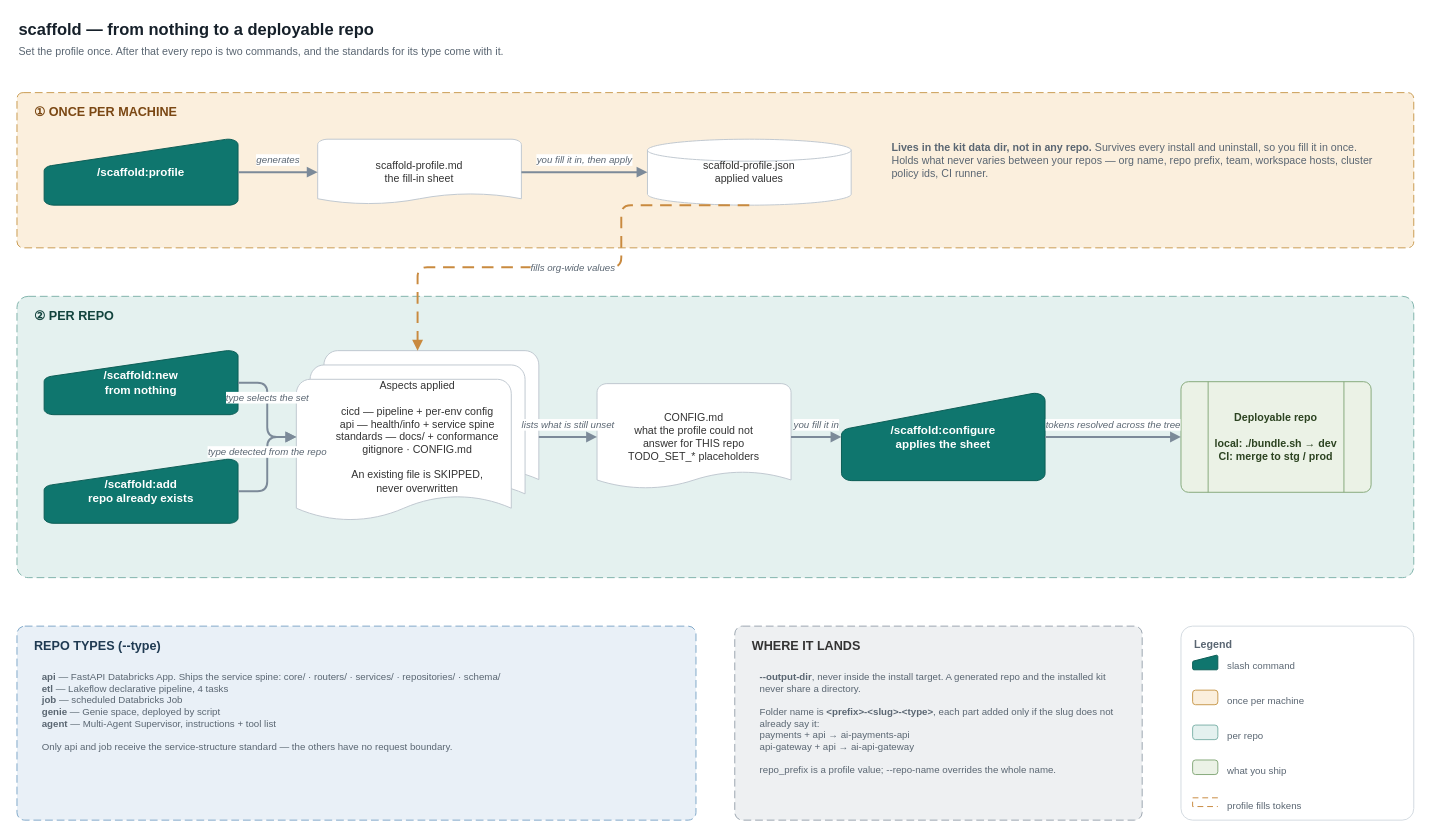
Above: core/skills/scaffold/docs/scaffold-flow.drawio in atieqrehman11/agent-kit (draw.io), before the change. Source tidied: cells renumbered, new cells numbered last; positions are measured from the earlier drawing's top-left corner, leaving out a move shared by most shapes. Both pictures are drawn from the tidied source at 97%, with x=0, y=0 at pixel (16, 16).
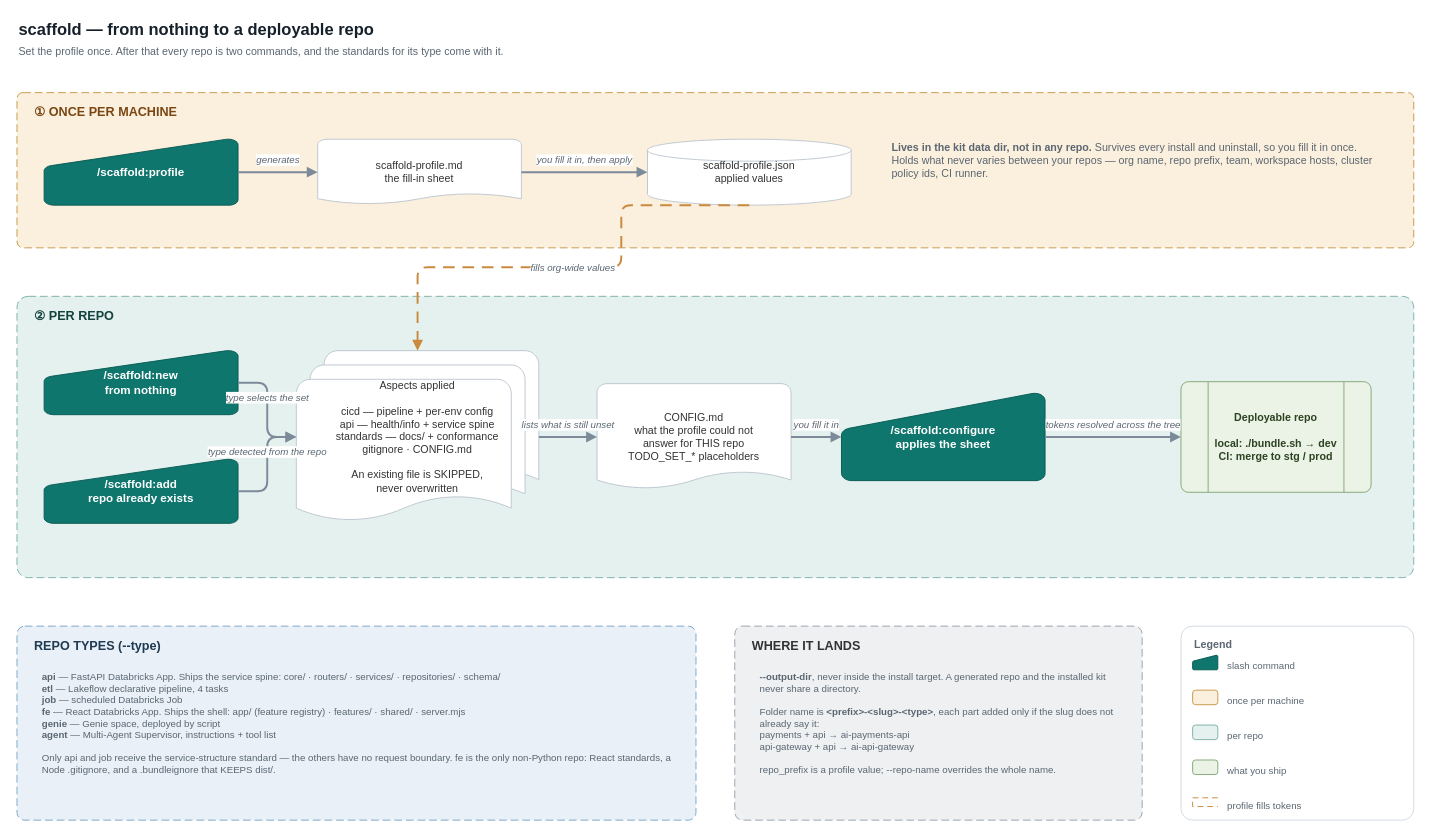
Above is the later version.

Unchanged cells that the change refers to:
```xml
<mxCell id="24" value="REPO TYPES  (--type)" style="rounded=1;arcSize=4;whiteSpace=wrap;html=1;dashed=1;dashPattern=8 4;fillColor=#E9F0F7;strokeColor=#7FA8C9;verticalAlign=top;align=left;spacingLeft=16;spacingTop=6;fontColor=#1F3A52;fontStyle=1;fontSize=13;fontFamily=Helvetica;" parent="1" vertex="1">
  <mxGeometry y="628" width="700" height="200" as="geometry" />
</mxCell>
```

What changed in the source:
```diff
@@
-    <mxCell id="25" value="&lt;b&gt;api&lt;/b&gt; — FastAPI Databricks App. Ships the service spine: core/ · routers/ · services/ · repositories/ · schema/&lt;br&gt;&lt;b&gt;etl&lt;/b&gt; — Lakeflow declarative pipeline, 4 tasks&lt;br&gt;&lt;b&gt;job&lt;/b&gt; — scheduled Databricks Job&lt;br&gt;&lt;b&gt;genie&lt;/b&gt; — Genie space, deployed by script&lt;br&gt;&lt;b&gt;agent&lt;/b&gt; — Multi-Agent Supervisor, instructions + tool list&lt;br&gt;&lt;br&gt;Only api and job receive the service-structure standard — the others have no request boundary." style="text;html=1;whiteSpace=wrap;strokeColor=none;fillColor=none;align=left;verticalAlign=top;fontSize=10;fontColor=#5A6672;fontFamily=Helvetica;" parent="24" vertex="1">
+    <mxCell id="25" value="&lt;b&gt;api&lt;/b&gt; — FastAPI Databricks App. Ships the service spine: core/ · routers/ · services/ · repositories/ · schema/&lt;br&gt;&lt;b&gt;etl&lt;/b&gt; — Lakeflow declarative pipeline, 4 tasks&lt;br&gt;&lt;b&gt;job&lt;/b&gt; — scheduled Databricks Job&lt;br&gt;&lt;b&gt;fe&lt;/b&gt; — React Databricks App. Ships the shell: app/ (feature registry) · features/ · shared/ · server.mjs&lt;br&gt;&lt;b&gt;genie&lt;/b&gt; — Genie space, deployed by script&lt;br&gt;&lt;b&gt;agent&lt;/b&gt; — Multi-Agent Supervisor, instructions + tool list&lt;br&gt;&lt;br&gt;Only api and job receive the service-structure standard — the others have no request boundary. fe is the only non-Python repo: React standards, a Node .gitignore, and a .bundleignore that KEEPS dist/." style="text;html=1;whiteSpace=wrap;strokeColor=none;fillColor=none;align=left;verticalAlign=top;fontSize=10;fontColor=#5A6672;fontFamily=Helvetica;" parent="24" vertex="1">
       <mxGeometry x="24" y="40" width="652" height="150" as="geometry" />
     </mxCell>
```
